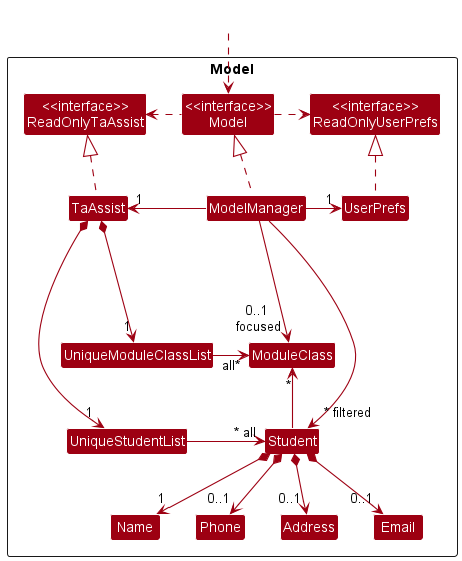
This is docs/images/ModelClassDiagram.png from nus-cs2103-AY2223S1/tp, a PlantUML export, as it was before one commit.
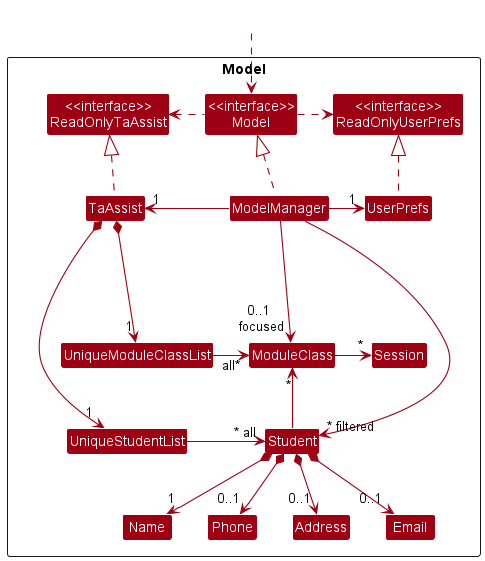
Later version of the same file.

Commit message:
Update Model with Session

What changed in the source:
```diff
@@ -20,6 +20,7 @@
 Class Name
 Class Phone
 Class ModuleClass
+Class Session
 }
 
 Class HiddenOutside #FFFFFF
@@ -46,6 +47,8 @@
 Student *--> "0..1" Address
 Student -up-> "~*" ModuleClass
 
+ModuleClass -> "*" Session
+
 Name -[hidden]right-> Phone
 Phone -[hidden]right-> Address
 Address -[hidden]right-> Email
```
